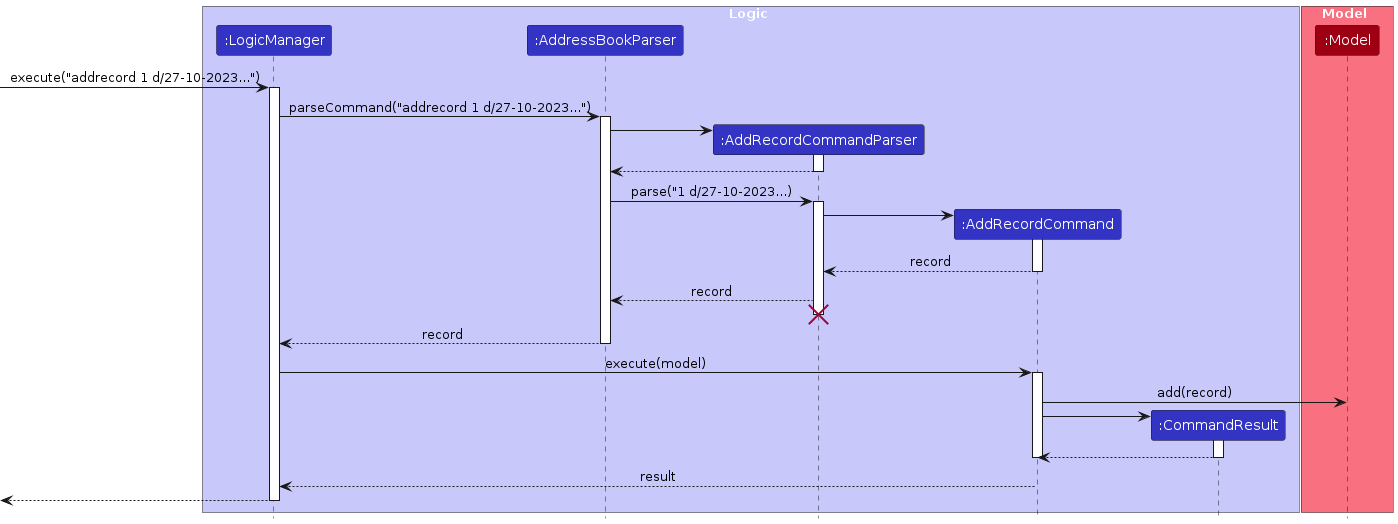
This is diagrams/AddRecordSequenceDiagram.png from hjoneweek/tp, a PlantUML export, as it was before one commit. Its source is kept beside it as diagrams/AddRecordSequenceDiagram.puml. Its diagram source:
```plantuml
@startuml
!include style.puml
skinparam ArrowFontStyle plain

box Logic LOGIC_COLOR_T1
participant ":LogicManager" as LogicManager LOGIC_COLOR
participant ":AddressBookParser" as AddressBookParser LOGIC_COLOR
participant ":AddRecordCommandParser" as AddRecordCommandParser LOGIC_COLOR
participant ":AddRecordCommand" as AddRecordCommand LOGIC_COLOR
participant ":CommandResult" as CommandResult LOGIC_COLOR
end box

box Model MODEL_COLOR_T1
participant ":Model" as Model MODEL_COLOR
end box

[-> LogicManager : execute("addrecord 1 d/27-10-2023...")
activate LogicManager

LogicManager -> AddressBookParser : parseCommand("addrecord 1 d/27-10-2023...")
activate AddressBookParser

create AddRecordCommandParser
AddressBookParser -> AddRecordCommandParser
activate AddRecordCommandParser

AddRecordCommandParser --> AddressBookParser
deactivate AddRecordCommandParser

AddressBookParser -> AddRecordCommandParser : parse("1 d/27-10-2023...)
activate AddRecordCommandParser

create AddRecordCommand
AddRecordCommandParser -> AddRecordCommand
activate AddRecordCommand

AddRecordCommand --> AddRecordCommandParser : record
deactivate AddRecordCommand

AddRecordCommandParser --> AddressBookParser : record
deactivate AddRecordCommand
AddRecordCommandParser -[hidden]-> AddressBookParser
destroy AddRecordCommandParser

AddressBookParser --> LogicManager : record
deactivate AddressBookParser

LogicManager -> AddRecordCommand : execute(model)
activate AddRecordCommand

AddRecordCommand -> Model : add(record)

create CommandResult
AddRecordCommand -> CommandResult
activate CommandResult

CommandResult --> AddRecordCommand
deactivate CommandResult

deactivate AddRecordCommand

AddRecordCommand --> LogicManager : result

[<--LogicManager
deactivate LogicManager

@enduml
```
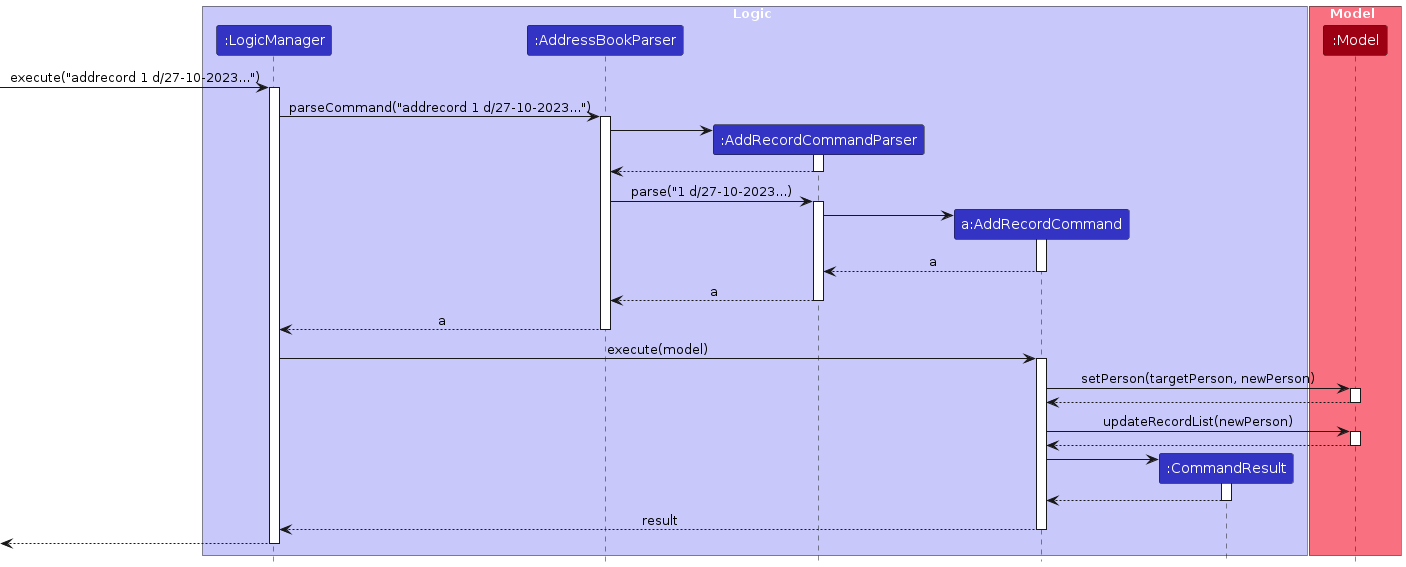
After the commit.

The edit, as a diff of the source:
```diff
@@ -6,7 +6,7 @@
 participant ":LogicManager" as LogicManager LOGIC_COLOR
 participant ":AddressBookParser" as AddressBookParser LOGIC_COLOR
 participant ":AddRecordCommandParser" as AddRecordCommandParser LOGIC_COLOR
-participant ":AddRecordCommand" as AddRecordCommand LOGIC_COLOR
+participant "a:AddRecordCommand" as AddRecordCommand LOGIC_COLOR
 participant ":CommandResult" as CommandResult LOGIC_COLOR
 end box
 
@@ -34,21 +34,29 @@
 AddRecordCommandParser -> AddRecordCommand
 activate AddRecordCommand
 
-AddRecordCommand --> AddRecordCommandParser : record
+AddRecordCommand --> AddRecordCommandParser : a
 deactivate AddRecordCommand
 
-AddRecordCommandParser --> AddressBookParser : record
-deactivate AddRecordCommand
-AddRecordCommandParser -[hidden]-> AddressBookParser
-destroy AddRecordCommandParser
+AddRecordCommandParser --> AddressBookParser : a
+deactivate AddRecordCommandParser
 
-AddressBookParser --> LogicManager : record
+AddressBookParser --> LogicManager : a
 deactivate AddressBookParser
 
 LogicManager -> AddRecordCommand : execute(model)
 activate AddRecordCommand
 
-AddRecordCommand -> Model : add(record)
+AddRecordCommand -> Model : setPerson(targetPerson, newPerson)
+activate Model
+
+Model --> AddRecordCommand
+deactivate Model
+
+AddRecordCommand -> Model : updateRecordList(newPerson)
+activate Model
+
+Model --> AddRecordCommand
+deactivate Model
 
 create CommandResult
 AddRecordCommand -> CommandResult
@@ -57,9 +65,8 @@
 CommandResult --> AddRecordCommand
 deactivate CommandResult
 
+AddRecordCommand --> LogicManager : result
 deactivate AddRecordCommand
-
-AddRecordCommand --> LogicManager : result
 
 [<--LogicManager
 deactivate LogicManager
```
